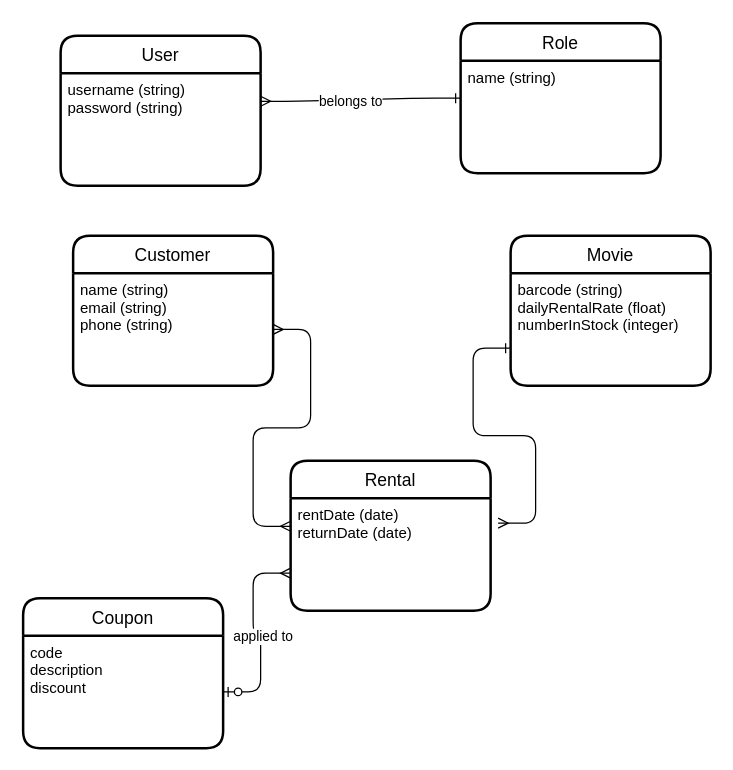
The draw.io diagram page "Page-3" (3 of 3) of Untitled Diagram.drawio in says4yeah/finkont, before the edit. Source tidied: cells renumbered, new cells numbered last; positions are measured from the earlier drawing's top-left corner, leaving out a move shared by most shapes. Both pictures are drawn from the tidied source at 125%, with x=0, y=0 at pixel (22, 22).
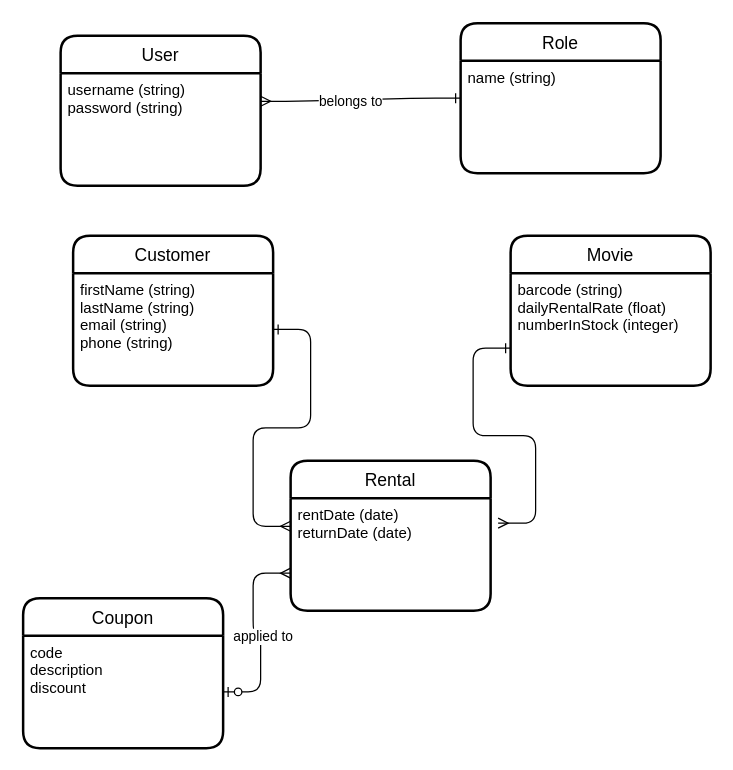
The same page after the edit.

The change refers to these unchanged cells:
```xml
<mxCell id="9" value="Customer" style="swimlane;horizontal=1;startSize=30;rounded=1;fontSize=14;fontStyle=0;strokeWidth=2;shadow=0;dashed=0;align=center;" parent="1" vertex="1">
  <mxGeometry x="40" y="170" width="160" height="120" as="geometry" />
</mxCell>
<mxCell id="12" value="rentDate (date)&#10;returnDate (date)" style="align=left;strokeColor=none;fillColor=none;spacingLeft=4;fontSize=12;verticalAlign=top;" parent="11" vertex="1">
  <mxGeometry y="30" width="160" height="90" as="geometry" />
</mxCell>
```

Change to the diagram source:
```diff
@@
-    <mxCell id="10" value="name (string)&#10;email (string)&#10;phone (string)" style="align=left;strokeColor=none;fillColor=none;spacingLeft=4;fontSize=12;verticalAlign=top;" parent="9" vertex="1">
+    <mxCell id="10" value="firstName (string)&#10;lastName (string)&#10;email (string)&#10;phone (string)" style="align=left;strokeColor=none;fillColor=none;spacingLeft=4;fontSize=12;verticalAlign=top;" parent="9" vertex="1">
       <mxGeometry y="30" width="160" height="90" as="geometry" />
     </mxCell>
@@
-    <mxCell id="13" style="edgeStyle=entityRelationEdgeStyle;fontSize=12;html=1;endArrow=ERmany;startArrow=ERmany;entryX=0;entryY=0.25;entryDx=0;entryDy=0;exitX=1;exitY=0.5;exitDx=0;exitDy=0;" parent="1" edge="1" source="10" target="12">
+    <mxCell id="13" style="edgeStyle=entityRelationEdgeStyle;fontSize=12;html=1;endArrow=ERmany;startArrow=ERone;entryX=0;entryY=0.25;entryDx=0;entryDy=0;exitX=1;exitY=0.5;exitDx=0;exitDy=0;startFill=0;" parent="1" edge="1" source="10" target="12">
       <mxGeometry relative="1" as="geometry" />
     </mxCell>
```
